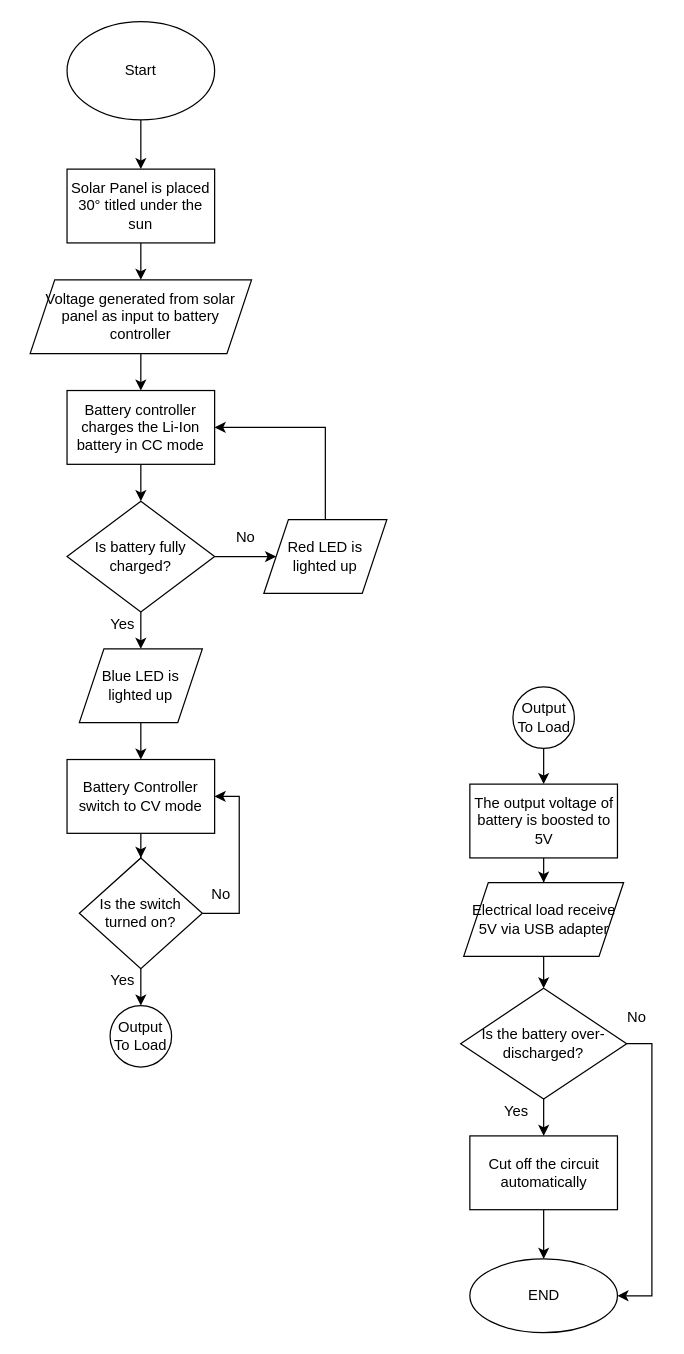
Above: docs/Untitled Diagram.drawio in jamestansx/solar_battery_charger (draw.io), before the change. Source tidied: cells renumbered, new cells numbered last; positions are measured from the earlier drawing's top-left corner, leaving out a move shared by most shapes. Both pictures are drawn from the tidied source at 123%, with x=0, y=0 at pixel (30, 21).
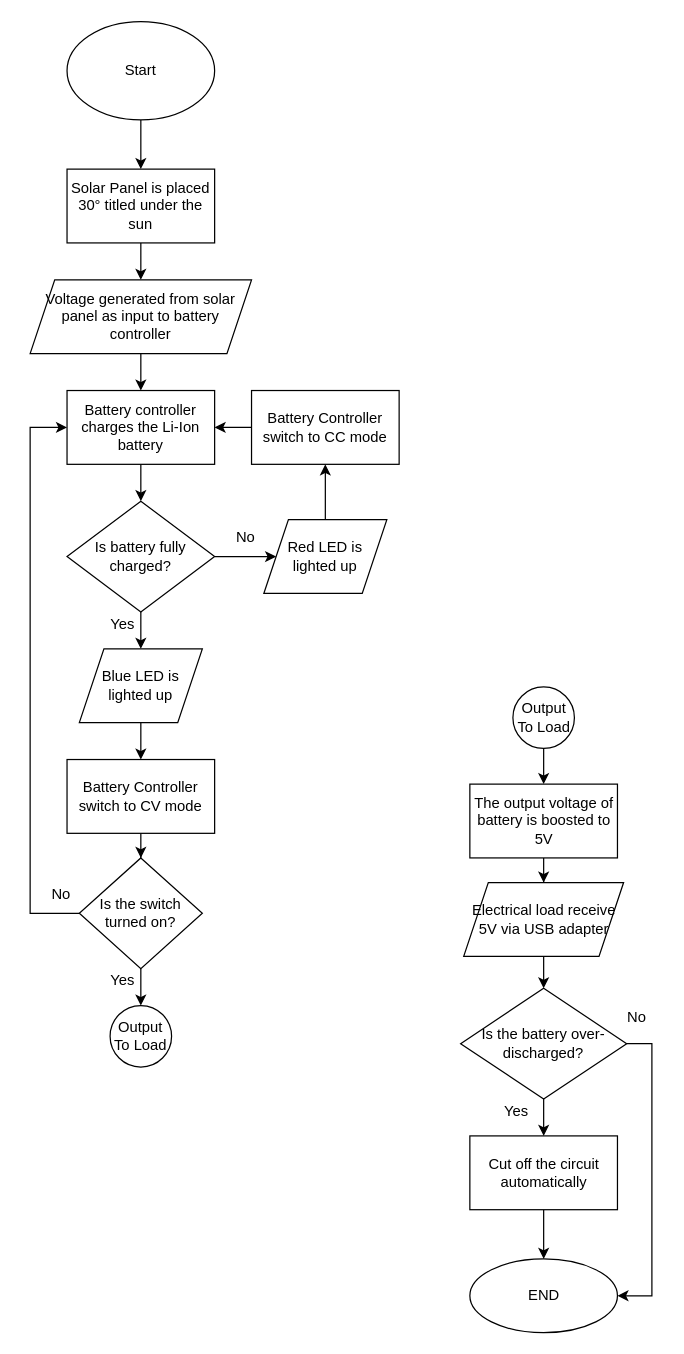
The same diagram, later.

Unchanged cells that the change refers to:
```xml
<mxCell id="16" value="Red LED is lighted up" style="shape=parallelogram;perimeter=parallelogramPerimeter;whiteSpace=wrap;html=1;fixedSize=1;" parent="1" vertex="1">
  <mxGeometry x="190" y="405" width="100" height="60" as="geometry" />
</mxCell>
<mxCell id="20" value="Battery Controller switch to CV mode" style="whiteSpace=wrap;html=1;" parent="1" vertex="1">
  <mxGeometry x="30" y="600" width="120" height="60" as="geometry" />
</mxCell>
<mxCell id="23" value="Is the switch turned on?" style="rhombus;whiteSpace=wrap;html=1;" parent="1" vertex="1">
  <mxGeometry x="40" y="680" width="100" height="90" as="geometry" />
</mxCell>
```

What changed in the source:
```diff
@@
-    <mxCell id="14" value="Battery controller charges the Li-Ion battery in CC mode" style="whiteSpace=wrap;html=1;" parent="1" vertex="1">
+    <mxCell id="14" value="Battery controller charges the Li-Ion battery" style="whiteSpace=wrap;html=1;" parent="1" vertex="1">
       <mxGeometry x="30" y="300" width="120" height="60" as="geometry" />
     </mxCell>
-    <mxCell id="15" style="edgeStyle=orthogonalEdgeStyle;rounded=0;jettySize=auto;html=1;entryX=1;entryY=0.5;entryDx=0;entryDy=0;" parent="1" edge="1" source="16" target="14">
-      <mxGeometry relative="1" as="geometry">
-        <Array as="points">
-          <mxPoint x="240" y="330" />
-        </Array>
-      </mxGeometry>
-    </mxCell>
+    <mxCell id="41" style="edgeStyle=orthogonalEdgeStyle;rounded=0;jettySize=auto;html=1;" parent="1" edge="1" source="16" target="44">
+      <mxGeometry relative="1" as="geometry" />
+    </mxCell>
@@
-    <mxCell id="21" style="edgeStyle=orthogonalEdgeStyle;rounded=0;jettySize=auto;html=1;entryX=1;entryY=0.5;entryDx=0;entryDy=0;" parent="1" edge="1" source="23" target="20">
-      <mxGeometry relative="1" as="geometry">
-        <Array as="points">
-          <mxPoint x="170" y="725" />
-          <mxPoint x="170" y="630" />
-        </Array>
-      </mxGeometry>
-    </mxCell>
@@
+    <mxCell id="42" style="edgeStyle=orthogonalEdgeStyle;rounded=0;jettySize=auto;html=1;exitX=0;exitY=0.5;exitDx=0;exitDy=0;entryX=0;entryY=0.5;entryDx=0;entryDy=0;" parent="1" edge="1" source="23" target="14">
+      <mxGeometry relative="1" as="geometry">
+        <Array as="points">
+          <mxPoint y="725" />
+          <mxPoint y="330" />
+        </Array>
+      </mxGeometry>
+    </mxCell>
@@
     <mxCell id="39" value="No" style="text;html=1;align=center;verticalAlign=middle;strokeColor=none;fillColor=none;" parent="1" vertex="1">
-      <mxGeometry x="140" y="700" width="30" height="20" as="geometry" />
+      <mxGeometry x="10" y="700" width="30" height="20" as="geometry" />
     </mxCell>
@@
+    <mxCell id="43" style="edgeStyle=orthogonalEdgeStyle;rounded=0;jettySize=auto;html=1;" parent="1" edge="1" source="44" target="14">
+      <mxGeometry relative="1" as="geometry" />
+    </mxCell>
+    <mxCell id="44" value="Battery Controller switch to CC mode" style="whiteSpace=wrap;html=1;" parent="1" vertex="1">
+      <mxGeometry x="180" y="300" width="120" height="60" as="geometry" />
+    </mxCell>
```
